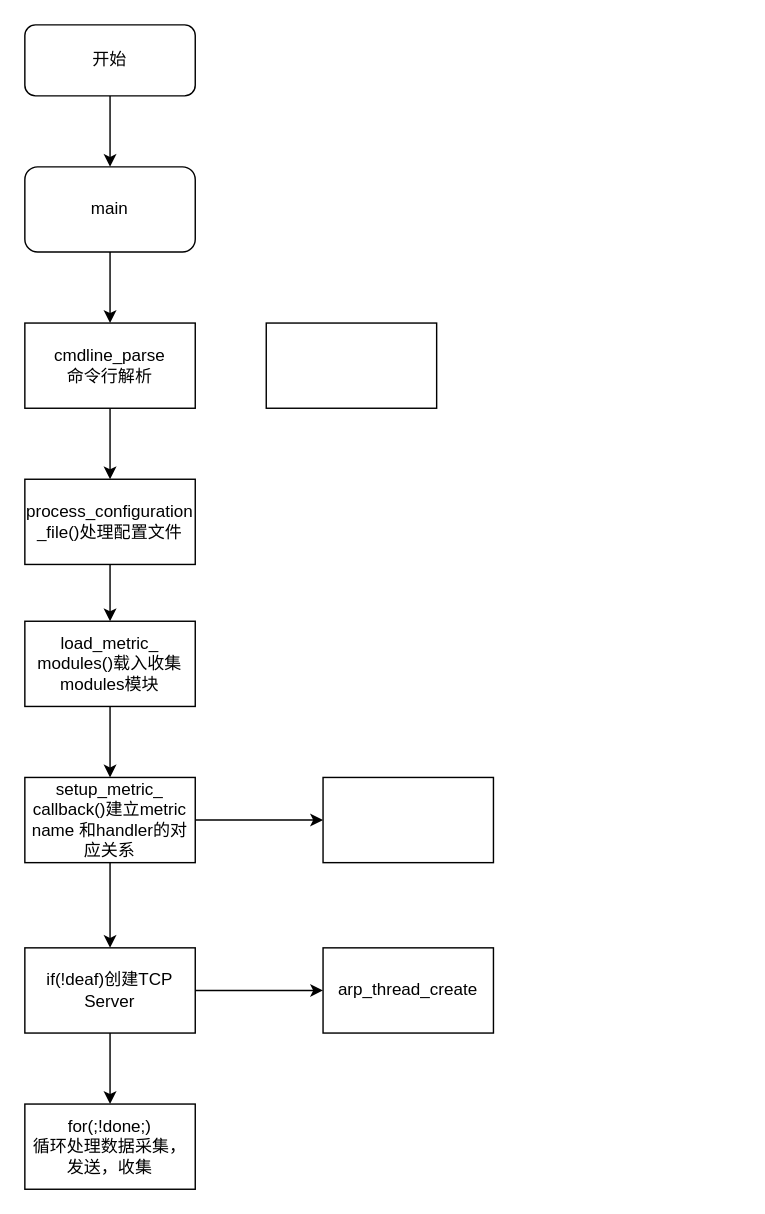
This is gmond.drawio from Tlwhisper/02cpp, a draw.io file, before an edit. Source tidied: cells renumbered, new cells numbered last; positions are measured from the earlier drawing's top-left corner, leaving out a move shared by most shapes. Both pictures are drawn from the tidied source at 142%, with x=0, y=0 at pixel (24, 24).
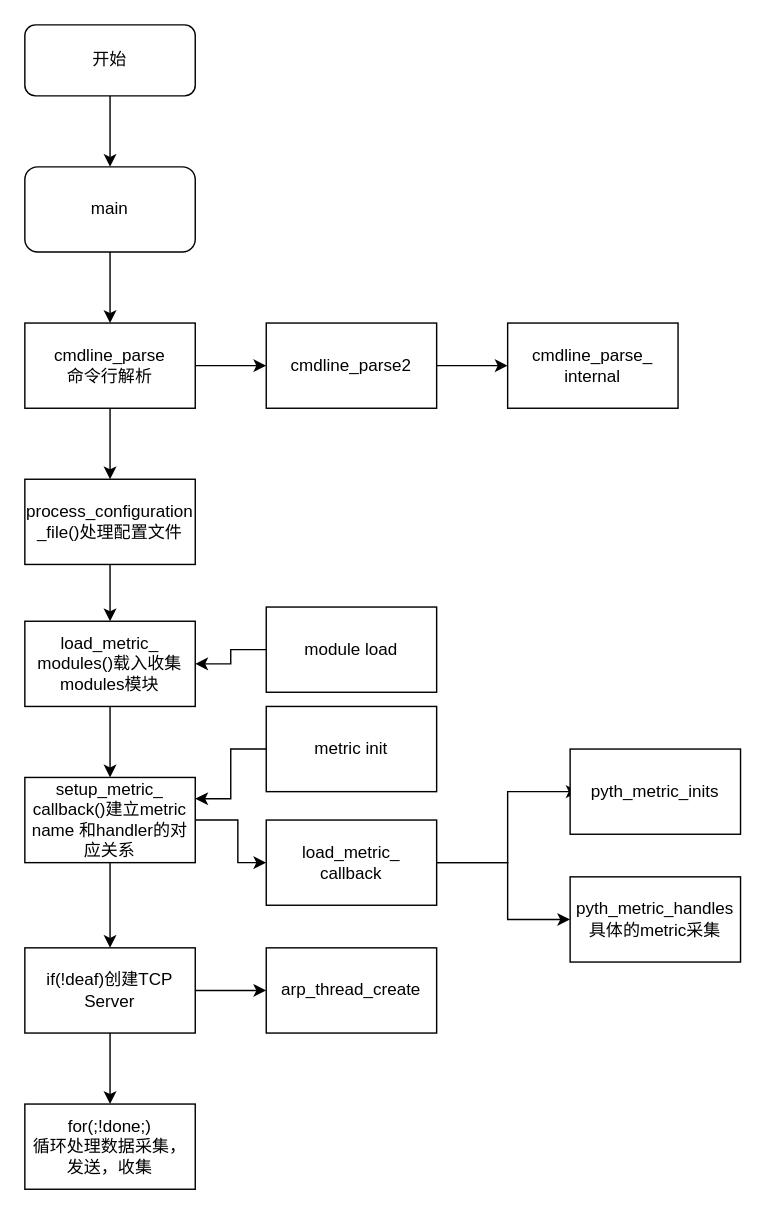
The same page after the edit.

Unchanged cells that the change refers to:
```xml
<mxCell id="7" value="cmdline_parse&lt;br&gt;命令行解析" style="rounded=0;whiteSpace=wrap;html=1;" parent="1" vertex="1">
  <mxGeometry y="210" width="120" height="60" as="geometry" />
</mxCell>
<mxCell id="12" value="load_metric_&lt;br&gt;modules()载入收集modules模块" style="rounded=0;whiteSpace=wrap;html=1;" parent="1" vertex="1">
  <mxGeometry y="420" width="120" height="60" as="geometry" />
</mxCell>
<mxCell id="15" value="setup_metric_&lt;br&gt;callback()建立metric name 和handler的对应关系" style="rounded=0;whiteSpace=wrap;html=1;" parent="1" vertex="1">
  <mxGeometry y="530" width="120" height="60" as="geometry" />
</mxCell>
```

Change to the diagram source:
```diff
@@
+    <mxCell id="22" style="edgeStyle=orthogonalEdgeStyle;rounded=0;jettySize=auto;html=1;" parent="1" edge="1" source="7" target="8">
+      <mxGeometry relative="1" as="geometry" />
+    </mxCell>
@@
+    <mxCell id="23" style="edgeStyle=orthogonalEdgeStyle;rounded=0;jettySize=auto;html=1;" parent="1" edge="1" source="8" target="26">
+      <mxGeometry relative="1" as="geometry" />
+    </mxCell>
-    <mxCell id="8" style="rounded=0;whiteSpace=wrap;html=1;" parent="1" vertex="1">
+    <mxCell id="8" value="cmdline_parse2" style="rounded=0;whiteSpace=wrap;html=1;" parent="1" vertex="1">
       <mxGeometry x="170" y="210" width="120" height="60" as="geometry" />
     </mxCell>
@@
     <mxCell id="13" style="edgeStyle=orthogonalEdgeStyle;rounded=0;jettySize=auto;html=1;entryX=0;entryY=0.5;entryDx=0;entryDy=0;fontStyle=1;" parent="1" edge="1" source="15" target="16">
       <mxGeometry relative="1" as="geometry">
         <Array as="points">
-          <mxPoint x="170" y="560" />
-          <mxPoint x="170" y="560" />
+          <mxPoint x="150" y="560" />
+          <mxPoint x="150" y="590" />
         </Array>
       </mxGeometry>
     </mxCell>
@@
+    <mxCell id="24" style="edgeStyle=orthogonalEdgeStyle;rounded=0;jettySize=auto;html=1;entryX=0.05;entryY=0.5;entryDx=0;entryDy=0;entryPerimeter=0;" parent="1" edge="1" source="16" target="31">
+      <mxGeometry relative="1" as="geometry">
+        <Array as="points">
+          <mxPoint x="340" y="590" />
+          <mxPoint x="340" y="540" />
+        </Array>
+      </mxGeometry>
+    </mxCell>
+    <mxCell id="25" style="edgeStyle=orthogonalEdgeStyle;rounded=0;jettySize=auto;html=1;entryX=0;entryY=0.5;entryDx=0;entryDy=0;" parent="1" edge="1" source="16" target="32">
+      <mxGeometry relative="1" as="geometry">
+        <Array as="points">
+          <mxPoint x="340" y="590" />
+          <mxPoint x="340" y="630" />
+        </Array>
+      </mxGeometry>
+    </mxCell>
-    <mxCell id="16" style="rounded=0;whiteSpace=wrap;html=1;" parent="1" vertex="1">
-      <mxGeometry x="210" y="530" width="120" height="60" as="geometry" />
+    <mxCell id="16" value="load_metric_&lt;br&gt;callback" style="rounded=0;whiteSpace=wrap;html=1;" parent="1" vertex="1">
+      <mxGeometry x="170" y="560" width="120" height="60" as="geometry" />
     </mxCell>
@@
     <mxCell id="20" value="arp_thread_create" style="rounded=0;whiteSpace=wrap;html=1;" parent="1" vertex="1">
-      <mxGeometry x="210" y="650" width="120" height="60" as="geometry" />
+      <mxGeometry x="170" y="650" width="120" height="60" as="geometry" />
     </mxCell>
@@
+    <mxCell id="26" value="cmdline_parse_&lt;br&gt;internal" style="rounded=0;whiteSpace=wrap;html=1;" parent="1" vertex="1">
+      <mxGeometry x="340" y="210" width="120" height="60" as="geometry" />
+    </mxCell>
+    <mxCell id="27" style="edgeStyle=orthogonalEdgeStyle;rounded=0;jettySize=auto;html=1;entryX=1;entryY=0.5;entryDx=0;entryDy=0;" parent="1" edge="1" source="28" target="12">
+      <mxGeometry relative="1" as="geometry" />
+    </mxCell>
+    <mxCell id="28" value="module load&lt;br&gt;" style="rounded=0;whiteSpace=wrap;html=1;" parent="1" vertex="1">
+      <mxGeometry x="170" y="410" width="120" height="60" as="geometry" />
+    </mxCell>
+    <mxCell id="29" style="edgeStyle=orthogonalEdgeStyle;rounded=0;jettySize=auto;html=1;entryX=1;entryY=0.25;entryDx=0;entryDy=0;" parent="1" edge="1" source="30" target="15">
+      <mxGeometry relative="1" as="geometry" />
+    </mxCell>
+    <mxCell id="30" value="metric init" style="rounded=0;whiteSpace=wrap;html=1;" parent="1" vertex="1">
+      <mxGeometry x="170" y="480" width="120" height="60" as="geometry" />
+    </mxCell>
+    <mxCell id="31" value="pyth_metric_inits" style="rounded=0;whiteSpace=wrap;html=1;" parent="1" vertex="1">
+      <mxGeometry x="384" y="510" width="120" height="60" as="geometry" />
+    </mxCell>
+    <mxCell id="32" value="pyth_metric_handles&lt;br&gt;具体的metric采集" style="rounded=0;whiteSpace=wrap;html=1;" parent="1" vertex="1">
+      <mxGeometry x="384" y="600" width="120" height="60" as="geometry" />
+    </mxCell>
```
